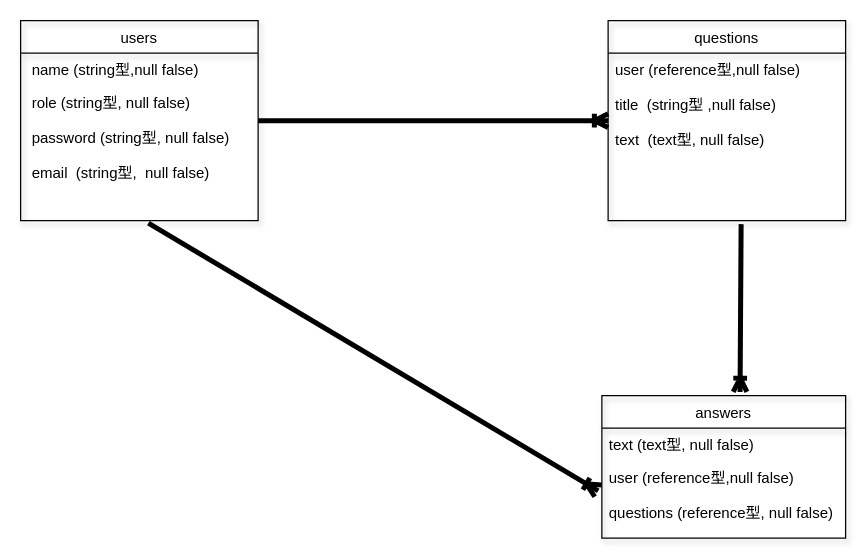
Above: page "ページ1" (1 of 2) of test.drawio in iwaikousuke/fes (draw.io), before the change. Source tidied: cells renumbered, new cells numbered last; positions are measured from the earlier drawing's top-left corner, leaving out a move shared by most shapes. Both pictures are drawn from the tidied source at 125%, with x=0, y=0 at pixel (20, 20).
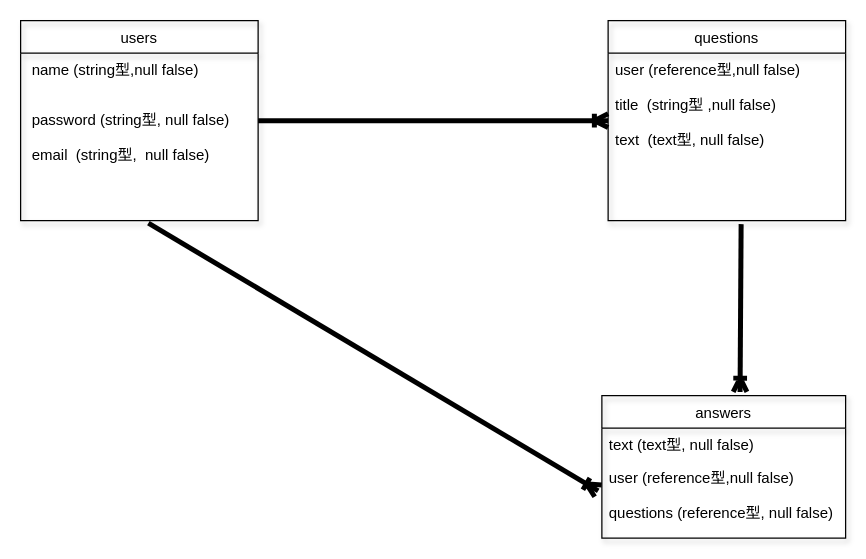
Above is the later version.

Diff of the diagram source:
```diff
@@
 <mxGraphModel>
   <root>
     <mxCell id="0" />
     <mxCell id="1" parent="0" />
     <mxCell id="2" value="users" style="swimlane;fontStyle=0;horizontal=1;startSize=26;fillColor=none;rounded=0;shadow=1;sketch=0;" parent="1" vertex="1">
       <mxGeometry width="190" height="160" as="geometry" />
     </mxCell>
     <mxCell id="3" value=" name (string型,null false)" style="text;strokeColor=none;fillColor=none;align=left;verticalAlign=top;spacingLeft=4;spacingRight=4;overflow=hidden;" parent="2" vertex="1">
       <mxGeometry y="26" width="190" height="26" as="geometry" />
     </mxCell>
-    <mxCell id="4" value=" role (string型, null false)&#10;&#10; password (string型, null false)&#10;&#10; email  (string型,  null false)&#10;" style="text;strokeColor=none;fillColor=none;align=left;verticalAlign=top;spacingLeft=4;spacingRight=4;overflow=hidden;points=[[0,0.5],[1,0.5]];portConstraint=eastwest;" parent="2" vertex="1">
+    <mxCell id="4" value="&#10; password (string型, null false)&#10;&#10; email  (string型,  null false)&#10;" style="text;strokeColor=none;fillColor=none;align=left;verticalAlign=top;spacingLeft=4;spacingRight=4;overflow=hidden;points=[[0,0.5],[1,0.5]];portConstraint=eastwest;" parent="2" vertex="1">
       <mxGeometry y="52" width="190" height="108" as="geometry" />
     </mxCell>
     <mxCell id="5" style="edgeStyle=entityRelationEdgeStyle;fontSize=12;html=1;endArrow=ERoneToMany;entryX=0;entryY=0.403;entryDx=0;entryDy=0;entryPerimeter=0;strokeWidth=4;" parent="1" edge="1" target="7">
       <mxGeometry relative="1" as="geometry">
         <mxPoint x="190" y="80" as="sourcePoint" />
       </mxGeometry>
     </mxCell>
     <mxCell id="6" value="questions" style="swimlane;fontStyle=0;horizontal=1;startSize=26;fillColor=none;rounded=0;shadow=1;sketch=0;" parent="1" vertex="1">
       <mxGeometry x="470" width="190" height="160" as="geometry" />
     </mxCell>
     <mxCell id="7" value="user (reference型,null false)&#10;&#10;title  (string型 ,null false)&#10;&#10;text  (text型, null false)" style="text;strokeColor=none;fillColor=none;align=left;verticalAlign=top;spacingLeft=4;spacingRight=4;overflow=hidden;points=[[0,0.5],[1,0.5]];portConstraint=eastwest;" parent="6" vertex="1">
       <mxGeometry y="26" width="190" height="134" as="geometry" />
     </mxCell>
     <mxCell id="8" value="answers" style="swimlane;fontStyle=0;horizontal=1;startSize=26;fillColor=none;rounded=0;shadow=1;sketch=0;" parent="1" vertex="1">
       <mxGeometry x="465" y="300" width="195" height="114" as="geometry" />
     </mxCell>
     <mxCell id="9" value="text (text型, null false)" style="text;strokeColor=none;fillColor=none;align=left;verticalAlign=top;spacingLeft=4;spacingRight=4;overflow=hidden;" parent="8" vertex="1">
       <mxGeometry y="26" width="195" height="26" as="geometry" />
     </mxCell>
     <mxCell id="10" value="user (reference型,null false)&#10;&#10;questions (reference型, null false)" style="text;strokeColor=none;fillColor=none;align=left;verticalAlign=top;spacingLeft=4;spacingRight=4;overflow=hidden;points=[[0,0.5],[1,0.5]];portConstraint=eastwest;" parent="8" vertex="1">
       <mxGeometry y="52" width="195" height="62" as="geometry" />
     </mxCell>
     <mxCell id="11" style="fontSize=12;html=1;endArrow=ERoneToMany;strokeWidth=4;exitX=0.56;exitY=1.021;exitDx=0;exitDy=0;exitPerimeter=0;entryX=0.567;entryY=-0.026;entryDx=0;entryDy=0;entryPerimeter=0;" parent="1" edge="1" source="7" target="8">
       <mxGeometry relative="1" as="geometry" />
     </mxCell>
     <mxCell id="12" style="fontSize=12;html=1;endArrow=ERoneToMany;strokeWidth=4;entryX=-0.015;entryY=0.39;entryDx=0;entryDy=0;entryPerimeter=0;exitX=0.538;exitY=1.019;exitDx=0;exitDy=0;exitPerimeter=0;" parent="1" edge="1" source="4" target="10">
       <mxGeometry relative="1" as="geometry" />
     </mxCell>
   </root>
 </mxGraphModel>
```
